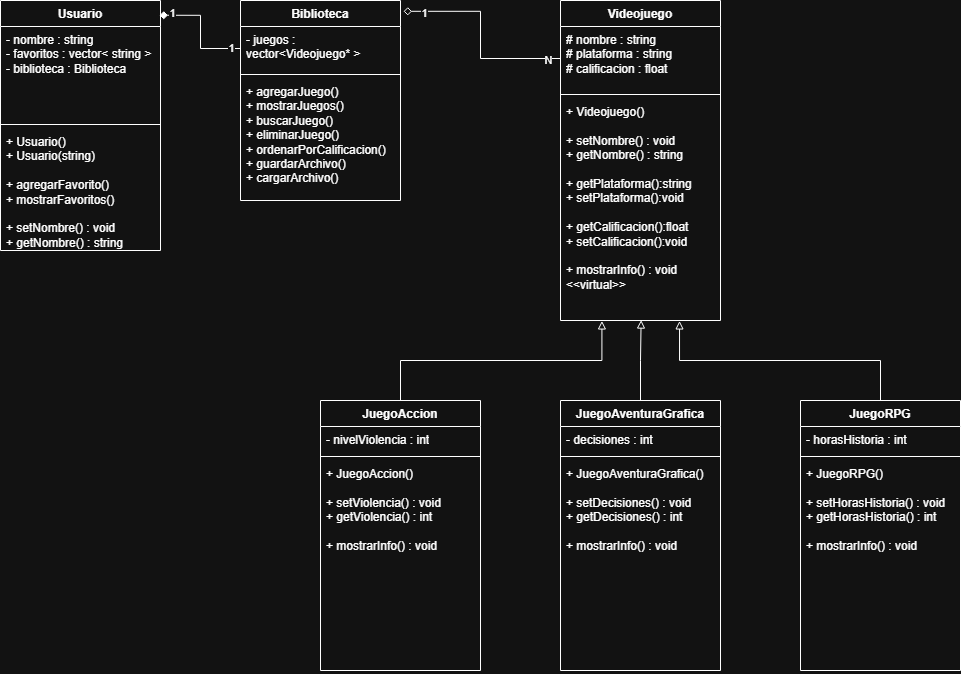
Before: 2Proyecto.drawio.png, a diagram exported from draw.io (Nararj/2Proyecto-C-). Source tidied: cells renumbered, new cells last; positions are measured from the earlier drawing's top-left corner, leaving out a move shared by most shapes.
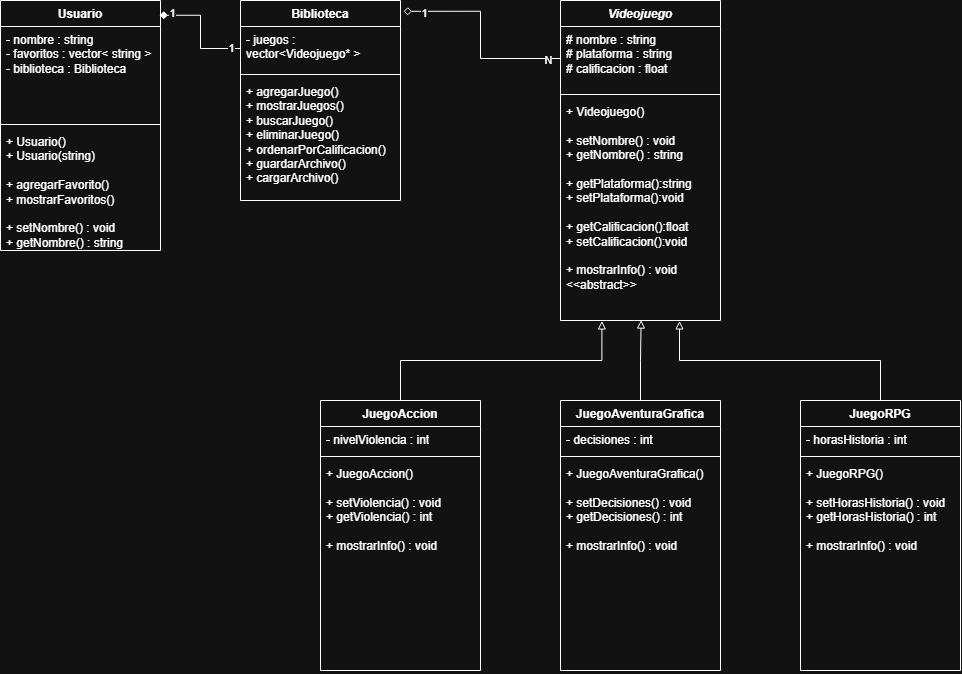
Later version of the same file.

What changed in the source:
```diff
@@ -2,7 +2,7 @@
   <root>
     <mxCell id="0" />
     <mxCell id="1" parent="0" />
-    <mxCell id="2" value="Videojuego" style="swimlane;fontStyle=1;align=center;verticalAlign=top;horizontal=1;startSize=26;whiteSpace=wrap;html=1;" parent="1" vertex="1">
+    <mxCell id="2" value="&lt;i&gt;Videojuego&lt;/i&gt;" style="swimlane;fontStyle=1;align=center;verticalAlign=top;horizontal=1;startSize=26;whiteSpace=wrap;html=1;" parent="1" vertex="1">
       <mxGeometry x="560" width="160" height="320" as="geometry" />
     </mxCell>
     <mxCell id="3" value="# nombre : string&lt;div&gt;# plataforma : string&lt;/div&gt;&lt;div&gt;# calificacion : float&lt;/div&gt;" style="text;strokeColor=none;fillColor=none;align=left;verticalAlign=top;spacingLeft=4;spacingRight=4;overflow=hidden;points=[[0,0.5],[1,0.5]];portConstraint=eastwest;whiteSpace=wrap;html=1;" parent="2" vertex="1">
@@ -11,7 +11,7 @@
     <mxCell id="4" style="line;strokeWidth=1;fillColor=none;align=left;verticalAlign=middle;spacingTop=-1;spacingLeft=3;spacingRight=3;labelPosition=right;strokeColor=inherit;" parent="2" vertex="1">
       <mxGeometry y="90" width="160" height="8" as="geometry" />
     </mxCell>
-    <mxCell id="5" value="+ Videojuego()&lt;div&gt;&lt;br&gt;+ setNombre() : void&amp;nbsp;&lt;br&gt;+ getNombre() : string&lt;br&gt;&lt;div&gt;&lt;/div&gt;&lt;div&gt;&lt;br&gt;&lt;/div&gt;&lt;div&gt;+ getPlataforma():string&lt;/div&gt;&lt;div&gt;+ setPlataforma():void&lt;/div&gt;&lt;div&gt;&lt;br&gt;&lt;/div&gt;&lt;div&gt;+ getCalificacion():float&lt;/div&gt;&lt;div&gt;+ setCalificacion():void&lt;/div&gt;&lt;div&gt;&lt;br&gt;&lt;/div&gt;&lt;div&gt;+ mostrarInfo() : void&amp;nbsp;&lt;/div&gt;&lt;div&gt;&amp;lt;&amp;lt;virtual&amp;gt;&amp;gt;&lt;/div&gt;&lt;/div&gt;" style="text;strokeColor=none;fillColor=none;align=left;verticalAlign=top;spacingLeft=4;spacingRight=4;overflow=hidden;points=[[0,0.5],[1,0.5]];portConstraint=eastwest;whiteSpace=wrap;html=1;" parent="2" vertex="1">
+    <mxCell id="5" value="+ Videojuego()&lt;div&gt;&lt;br&gt;+ setNombre() : void&amp;nbsp;&lt;br&gt;+ getNombre() : string&lt;br&gt;&lt;div&gt;&lt;/div&gt;&lt;div&gt;&lt;br&gt;&lt;/div&gt;&lt;div&gt;+ getPlataforma():string&lt;/div&gt;&lt;div&gt;+ setPlataforma():void&lt;/div&gt;&lt;div&gt;&lt;br&gt;&lt;/div&gt;&lt;div&gt;+ getCalificacion():float&lt;/div&gt;&lt;div&gt;+ setCalificacion():void&lt;/div&gt;&lt;div&gt;&lt;br&gt;&lt;/div&gt;&lt;div&gt;+ mostrarInfo() : void&amp;nbsp;&lt;/div&gt;&lt;div&gt;&amp;lt;&amp;lt;abstract&amp;gt;&amp;gt;&lt;/div&gt;&lt;/div&gt;" style="text;strokeColor=none;fillColor=none;align=left;verticalAlign=top;spacingLeft=4;spacingRight=4;overflow=hidden;points=[[0,0.5],[1,0.5]];portConstraint=eastwest;whiteSpace=wrap;html=1;" parent="2" vertex="1">
       <mxGeometry y="98" width="160" height="222" as="geometry" />
     </mxCell>
     <mxCell id="6" value="JuegoAccion" style="swimlane;fontStyle=1;align=center;verticalAlign=top;horizontal=1;startSize=26;whiteSpace=wrap;html=1;" parent="1" vertex="1">
```
